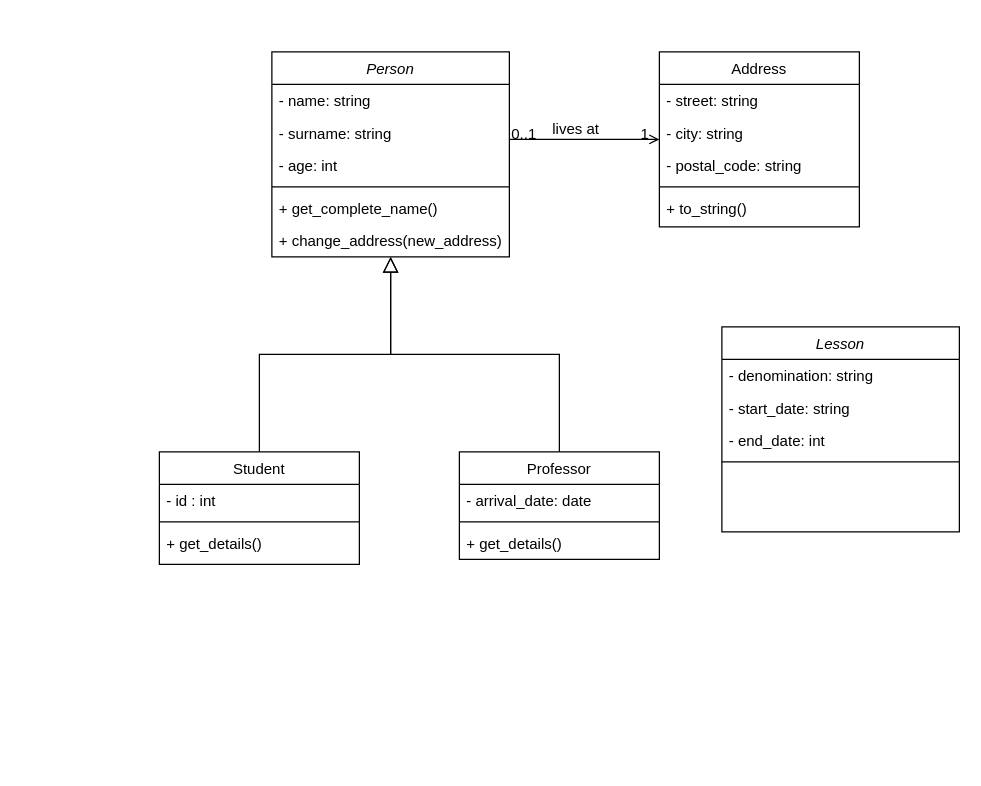
Before: doc/diagrammeClasse.drawio in MelissaHOA/EXO_Gestion_Ecole, a draw.io diagram. Source tidied: cells renumbered, new cells numbered last; positions are measured from the earlier drawing's top-left corner, leaving out a move shared by most shapes. Both pictures are drawn from the tidied source at 125%, with x=0, y=0 at pixel (159, 51).
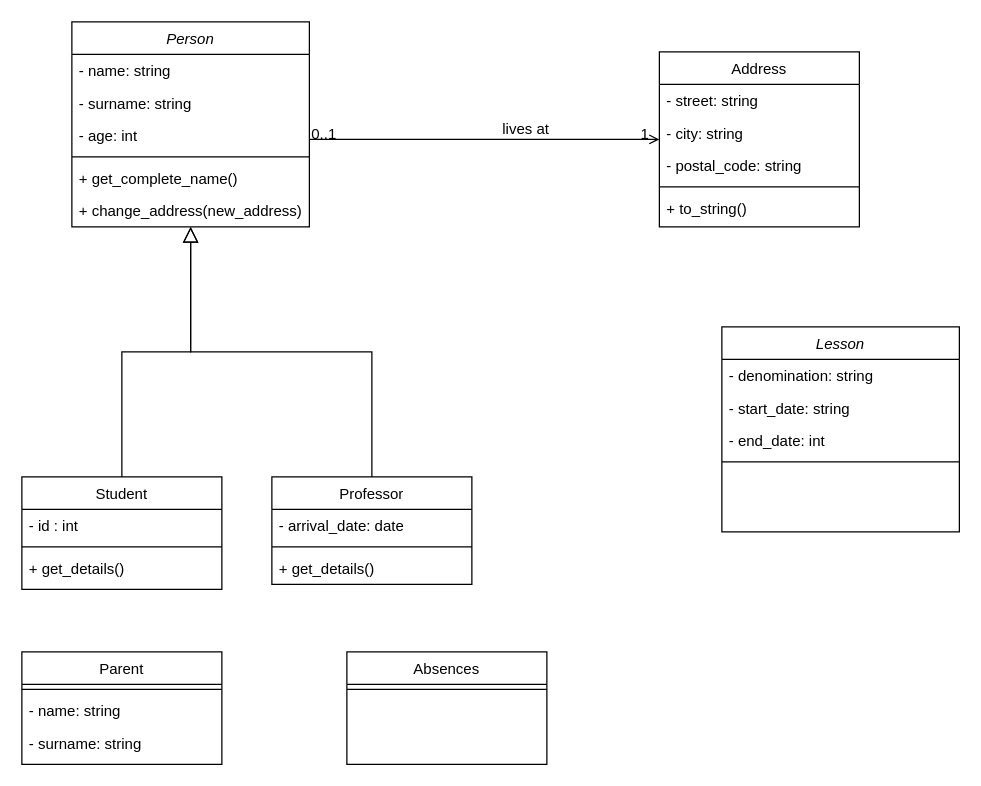
The same page after the edit.

Commit message:
Mettre à jour diagrammeClasse.drawio

Change to the diagram source:
```diff
@@
     <mxCell id="2" value="Person" style="swimlane;fontStyle=2;align=center;verticalAlign=top;horizontal=1;startSize=26;rounded=0;shadow=0;strokeWidth=1;" parent="1" vertex="1">
-      <mxGeometry x="90" width="190" height="164" as="geometry" />
+      <mxGeometry x="-70" y="-24" width="190" height="164" as="geometry" />
     </mxCell>
@@
     <mxCell id="9" value="Student" style="swimlane;fontStyle=0;align=center;verticalAlign=top;horizontal=1;startSize=26;rounded=0;shadow=0;strokeWidth=1;" parent="1" vertex="1">
-      <mxGeometry y="320" width="160" height="90" as="geometry" />
+      <mxGeometry x="-110" y="340" width="160" height="90" as="geometry" />
     </mxCell>
@@
     <mxCell id="14" value="Professor" style="swimlane;fontStyle=0;align=center;verticalAlign=top;horizontal=1;startSize=26;rounded=0;shadow=0;strokeWidth=1;" parent="1" vertex="1">
-      <mxGeometry x="240" y="320" width="160" height="86" as="geometry" />
+      <mxGeometry x="90" y="340" width="160" height="86" as="geometry" />
     </mxCell>
@@
+    <mxCell id="34" value="Parent" style="swimlane;fontStyle=0;align=center;verticalAlign=top;horizontal=1;startSize=26;rounded=0;shadow=0;strokeWidth=1;" parent="1" vertex="1">
+      <mxGeometry x="-110" y="480" width="160" height="90" as="geometry" />
+    </mxCell>
+    <mxCell id="35" style="line;html=1;strokeWidth=1;align=left;verticalAlign=middle;spacingTop=-1;spacingLeft=3;spacingRight=3;labelPosition=right;" parent="34" vertex="1">
+      <mxGeometry y="26" width="160" height="8" as="geometry" />
+    </mxCell>
+    <mxCell id="36" value="- name: string" style="text;align=left;verticalAlign=top;spacingLeft=4;spacingRight=4;overflow=hidden;" parent="34" vertex="1">
+      <mxGeometry y="34" width="160" height="26" as="geometry" />
+    </mxCell>
+    <mxCell id="37" value="- surname: string" style="text;align=left;verticalAlign=top;spacingLeft=4;spacingRight=4;overflow=hidden;rounded=0;shadow=0;html=0;" parent="34" vertex="1">
+      <mxGeometry y="60" width="160" height="26" as="geometry" />
+    </mxCell>
+    <mxCell id="38" value="Absences" style="swimlane;fontStyle=0;align=center;verticalAlign=top;horizontal=1;startSize=26;rounded=0;shadow=0;strokeWidth=1;" parent="1" vertex="1">
+      <mxGeometry x="150" y="480" width="160" height="90" as="geometry" />
+    </mxCell>
+    <mxCell id="39" style="line;html=1;strokeWidth=1;align=left;verticalAlign=middle;spacingTop=-1;spacingLeft=3;spacingRight=3;labelPosition=right;" parent="38" vertex="1">
+      <mxGeometry y="26" width="160" height="8" as="geometry" />
+    </mxCell>
```
